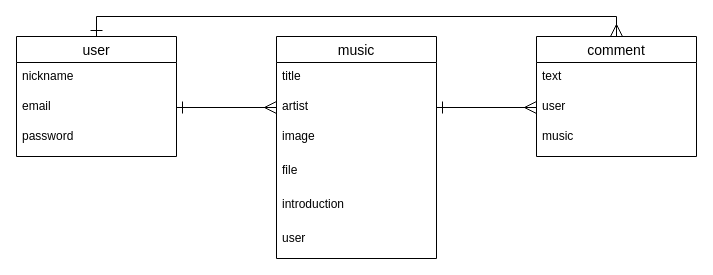
Earlier version of the draw.io diagram like-music.dio (ajcksyxd/like-music). Source tidied: cells renumbered, new cells numbered last; positions are measured from the earlier drawing's top-left corner, leaving out a move shared by most shapes. Both pictures are drawn from the tidied source at 100%, with x=0, y=0 at pixel (16, 36).
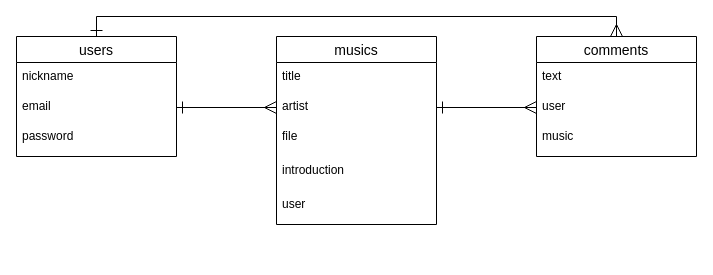
After the change.

What changed in the source:
```diff
@@
 <mxGraphModel>
   <root>
     <mxCell id="0" />
     <mxCell id="1" parent="0" />
     <mxCell id="2" style="edgeStyle=orthogonalEdgeStyle;rounded=0;jettySize=auto;html=1;exitX=0.5;exitY=0;exitDx=0;exitDy=0;entryX=0.5;entryY=0;entryDx=0;entryDy=0;endSize=10;startSize=10;endArrow=ERmany;endFill=0;startArrow=ERone;startFill=0;" parent="1" edge="1" source="3" target="14">
       <mxGeometry relative="1" as="geometry" />
     </mxCell>
-    <mxCell id="3" value="user" style="swimlane;fontStyle=0;horizontal=1;startSize=26;align=center;fontSize=14;" parent="1" vertex="1">
+    <mxCell id="3" value="users" style="swimlane;fontStyle=0;horizontal=1;startSize=26;align=center;fontSize=14;" parent="1" vertex="1">
       <mxGeometry width="160" height="120" as="geometry" />
     </mxCell>
     <mxCell id="4" value="nickname" style="text;strokeColor=none;fillColor=none;spacingLeft=4;spacingRight=4;overflow=hidden;fontSize=12;" parent="3" vertex="1">
       <mxGeometry y="26" width="160" height="30" as="geometry" />
     </mxCell>
     <mxCell id="5" value="email" style="text;strokeColor=none;fillColor=none;spacingLeft=4;spacingRight=4;overflow=hidden;points=[[0,0.5],[1,0.5]];portConstraint=eastwest;fontSize=12;" parent="3" vertex="1">
       <mxGeometry y="56" width="160" height="30" as="geometry" />
     </mxCell>
     <mxCell id="6" value="password" style="text;strokeColor=none;fillColor=none;spacingLeft=4;spacingRight=4;overflow=hidden;fontSize=12;" parent="3" vertex="1">
       <mxGeometry y="86" width="160" height="34" as="geometry" />
     </mxCell>
-    <mxCell id="7" value="music" style="swimlane;fontStyle=0;horizontal=1;startSize=26;align=center;fontSize=14;" parent="1" vertex="1">
-      <mxGeometry x="260" width="160" height="222" as="geometry" />
+    <mxCell id="7" value="musics" style="swimlane;fontStyle=0;horizontal=1;startSize=26;align=center;fontSize=14;" parent="1" vertex="1">
+      <mxGeometry x="260" width="160" height="188" as="geometry" />
     </mxCell>
     <mxCell id="8" value="title" style="text;strokeColor=none;fillColor=none;spacingLeft=4;spacingRight=4;overflow=hidden;fontSize=12;" parent="7" vertex="1">
       <mxGeometry y="26" width="160" height="30" as="geometry" />
     </mxCell>
     <mxCell id="9" value="artist" style="text;strokeColor=none;fillColor=none;spacingLeft=4;spacingRight=4;overflow=hidden;points=[[0,0.5],[1,0.5]];portConstraint=eastwest;fontSize=12;" parent="7" vertex="1">
       <mxGeometry y="56" width="160" height="30" as="geometry" />
     </mxCell>
-    <mxCell id="10" value="image" style="text;strokeColor=none;fillColor=none;spacingLeft=4;spacingRight=4;overflow=hidden;fontSize=12;" parent="7" vertex="1">
-      <mxGeometry y="86" width="160" height="34" as="geometry" />
-    </mxCell>
     <mxCell id="11" value="file" style="text;strokeColor=none;fillColor=none;spacingLeft=4;spacingRight=4;overflow=hidden;fontSize=12;" parent="7" vertex="1">
-      <mxGeometry y="120" width="160" height="34" as="geometry" />
+      <mxGeometry y="86" width="160" height="34" as="geometry" />
     </mxCell>
     <mxCell id="12" value="introduction" style="text;strokeColor=none;fillColor=none;spacingLeft=4;spacingRight=4;overflow=hidden;fontSize=12;" parent="7" vertex="1">
-      <mxGeometry y="154" width="160" height="34" as="geometry" />
+      <mxGeometry y="120" width="160" height="34" as="geometry" />
     </mxCell>
     <mxCell id="13" value="user" style="text;strokeColor=none;fillColor=none;spacingLeft=4;spacingRight=4;overflow=hidden;fontSize=12;" parent="7" vertex="1">
-      <mxGeometry y="188" width="160" height="34" as="geometry" />
+      <mxGeometry y="154" width="160" height="34" as="geometry" />
     </mxCell>
-    <mxCell id="14" value="comment" style="swimlane;fontStyle=0;horizontal=1;startSize=26;align=center;fontSize=14;" parent="1" vertex="1">
+    <mxCell id="14" value="comments" style="swimlane;fontStyle=0;horizontal=1;startSize=26;align=center;fontSize=14;" parent="1" vertex="1">
       <mxGeometry x="520" width="160" height="120" as="geometry" />
     </mxCell>
     <mxCell id="15" value="text" style="text;strokeColor=none;fillColor=none;spacingLeft=4;spacingRight=4;overflow=hidden;fontSize=12;" parent="14" vertex="1">
       <mxGeometry y="26" width="160" height="30" as="geometry" />
     </mxCell>
     <mxCell id="16" value="user" style="text;strokeColor=none;fillColor=none;spacingLeft=4;spacingRight=4;overflow=hidden;points=[[0,0.5],[1,0.5]];portConstraint=eastwest;fontSize=12;" parent="14" vertex="1">
       <mxGeometry y="56" width="160" height="30" as="geometry" />
     </mxCell>
     <mxCell id="17" value="music" style="text;strokeColor=none;fillColor=none;spacingLeft=4;spacingRight=4;overflow=hidden;fontSize=12;" parent="14" vertex="1">
       <mxGeometry y="86" width="160" height="34" as="geometry" />
     </mxCell>
     <mxCell id="18" style="edgeStyle=orthogonalEdgeStyle;rounded=0;jettySize=auto;html=1;exitX=1;exitY=0.5;exitDx=0;exitDy=0;entryX=0;entryY=0.5;entryDx=0;entryDy=0;startArrow=ERone;startFill=0;endArrow=ERmany;endFill=0;endSize=10;startSize=10;" parent="1" edge="1" source="5" target="9">
       <mxGeometry relative="1" as="geometry" />
     </mxCell>
     <mxCell id="19" style="edgeStyle=orthogonalEdgeStyle;rounded=0;jettySize=auto;html=1;exitX=1;exitY=0.5;exitDx=0;exitDy=0;entryX=0;entryY=0.5;entryDx=0;entryDy=0;endSize=10;startSize=10;endArrow=ERmany;endFill=0;startArrow=ERone;startFill=0;" parent="1" edge="1" source="9" target="16">
       <mxGeometry relative="1" as="geometry" />
     </mxCell>
   </root>
 </mxGraphModel>
```
